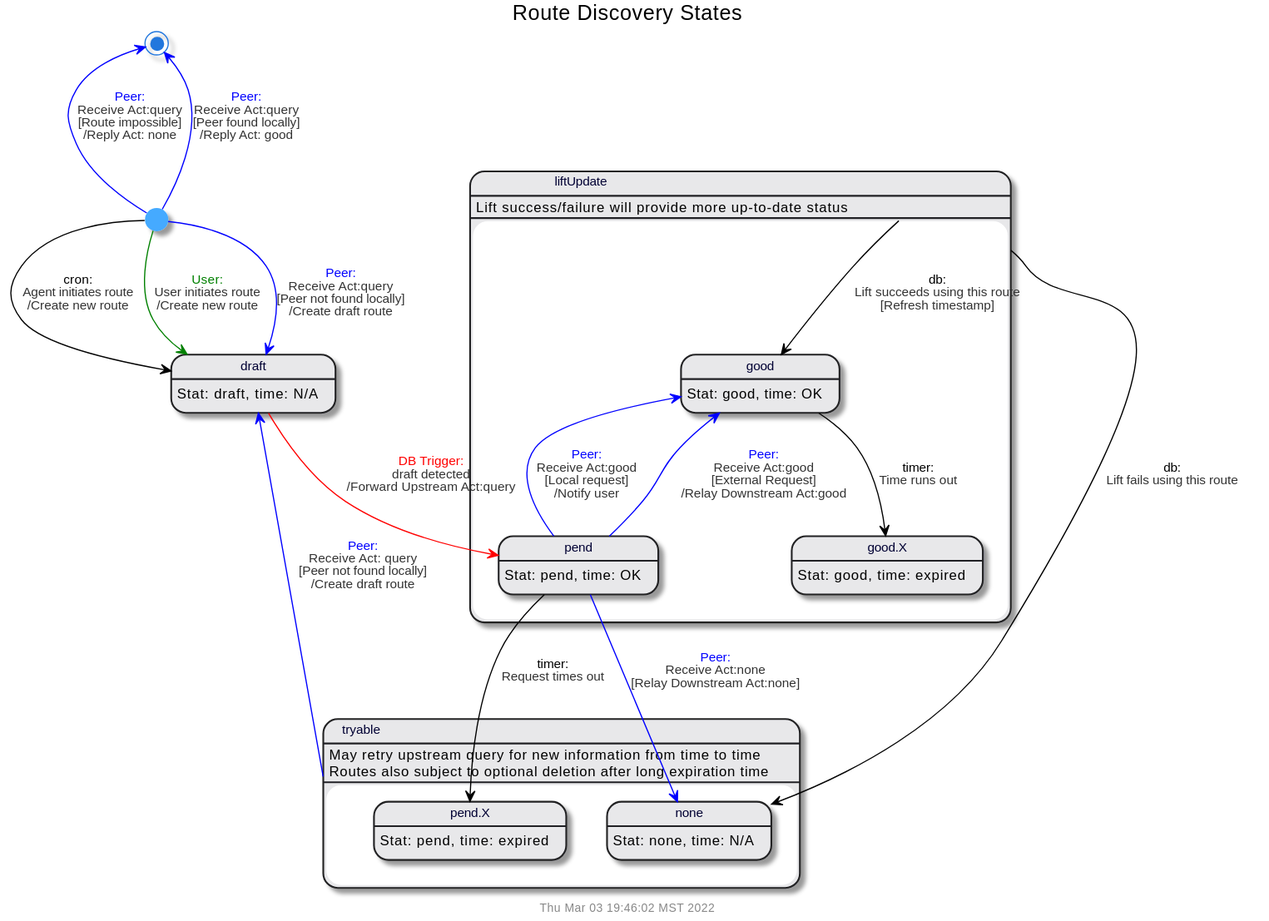
This is doc/uml/state-route.svg from gotchoices/MyCHIPs, a PlantUML export, as it was before one commit.
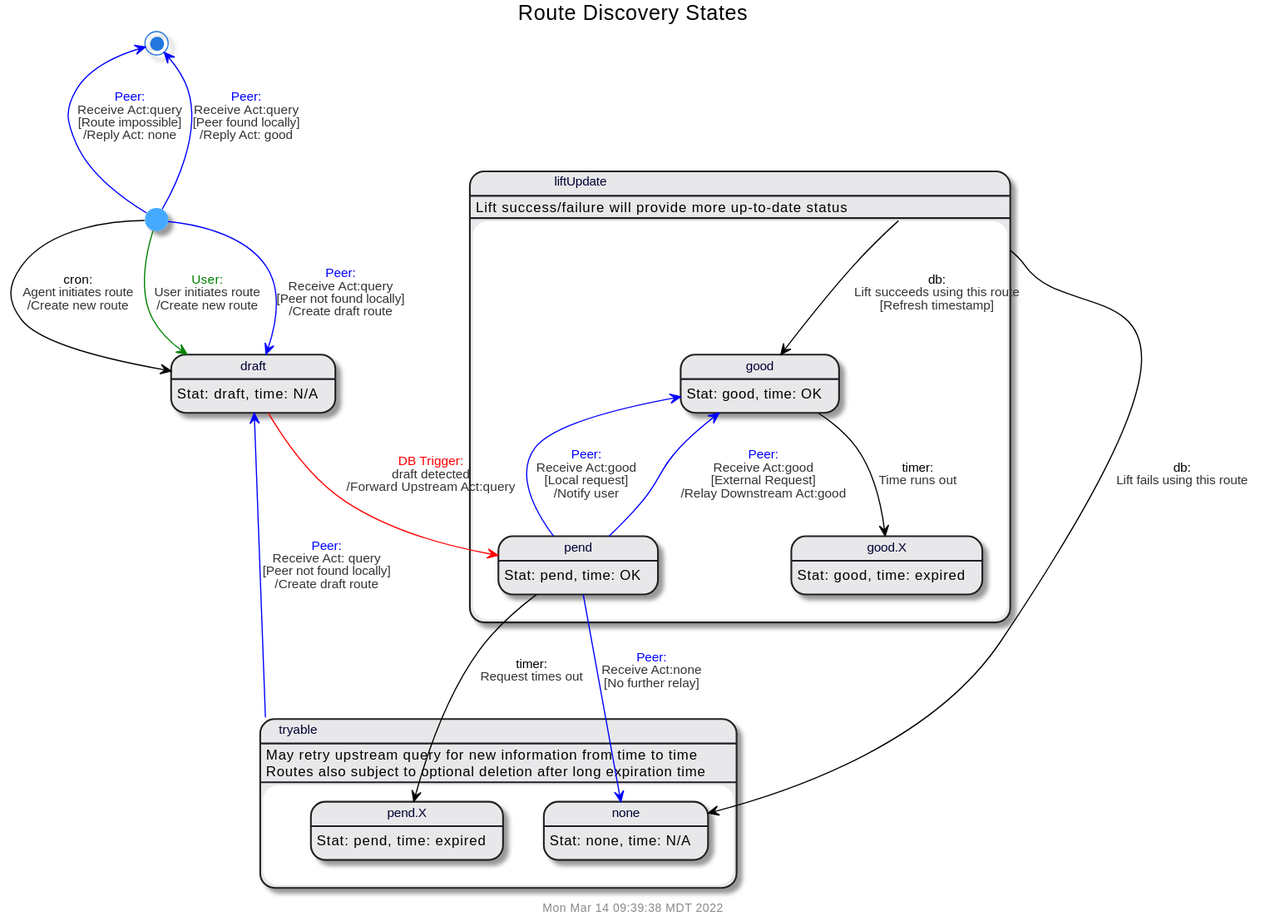
After the commit.

The edit, as a diff of the source:
```diff
@@ -35,7 +35,8 @@
 pend -up[$peer]-> good: $trans($peer,Receive Act:good,Local request,Notify user)
 pend -up[$peer]-> good: $trans($peer,Receive Act:good,External Request,Relay Downstream Act:good)
 pend --> timeout: $trans(timer,Request times out,'')
-pend -[$peer]-> none: $trans($peer,Receive Act:none,Relay Downstream Act:none)
+
+pend -[$peer]-> none: $trans($peer,Receive Act:none,No further relay)
 
 good --> stale: $trans(timer,Time runs out,'')
 liftUpdate --> good: $trans(db,Lift succeeds using this route,Refresh timestamp)
```
